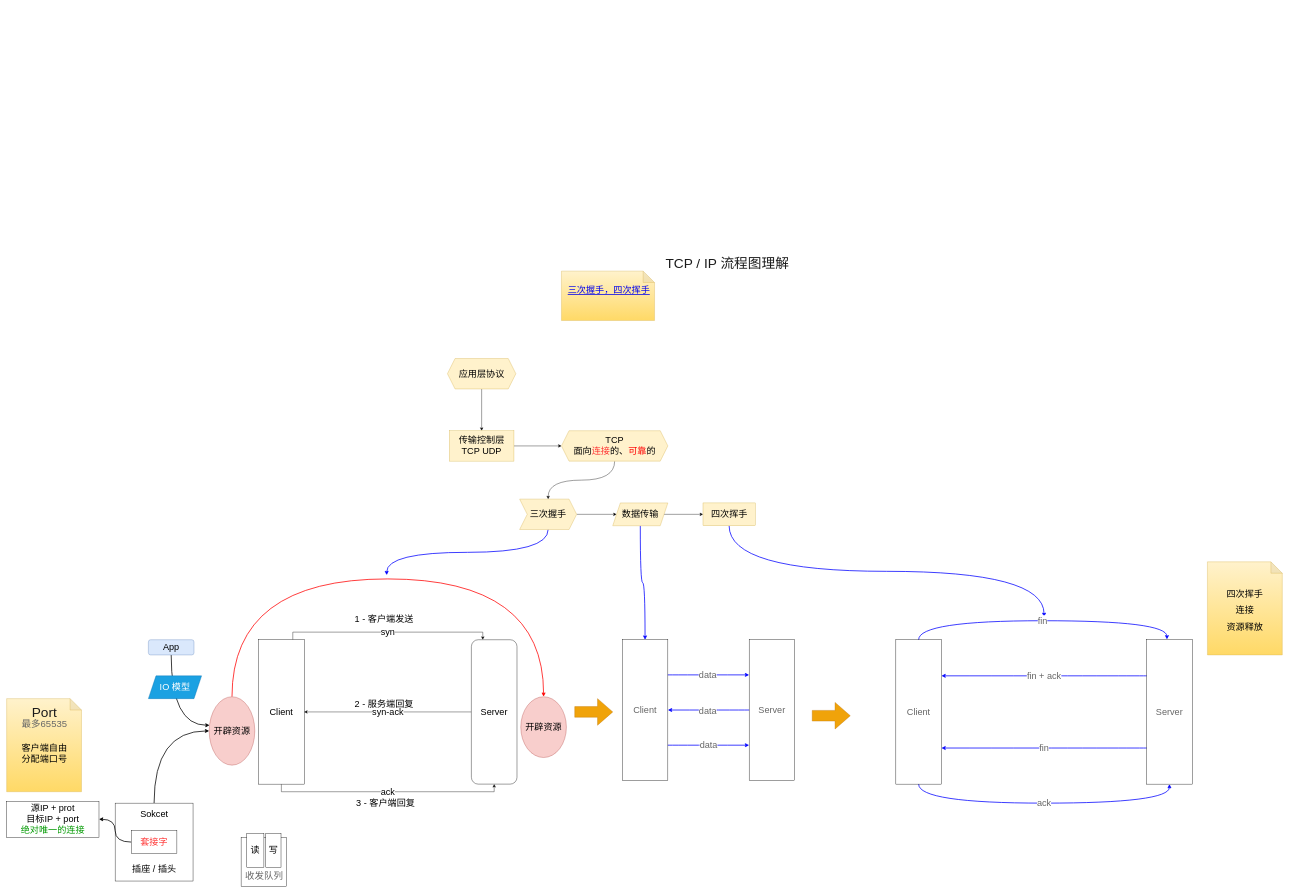
lynxlangya/diawio-folder keeps this draw.io diagram as 计算机网络/TPC、IP理解流程图.drawio. Above is the earlier version. Source tidied: cells renumbered, new cells numbered last; positions are measured from the earlier drawing's top-left corner, leaving out a move shared by most shapes. Both pictures are drawn from the tidied source at 38%, with x=0, y=0 at pixel (6, 258).
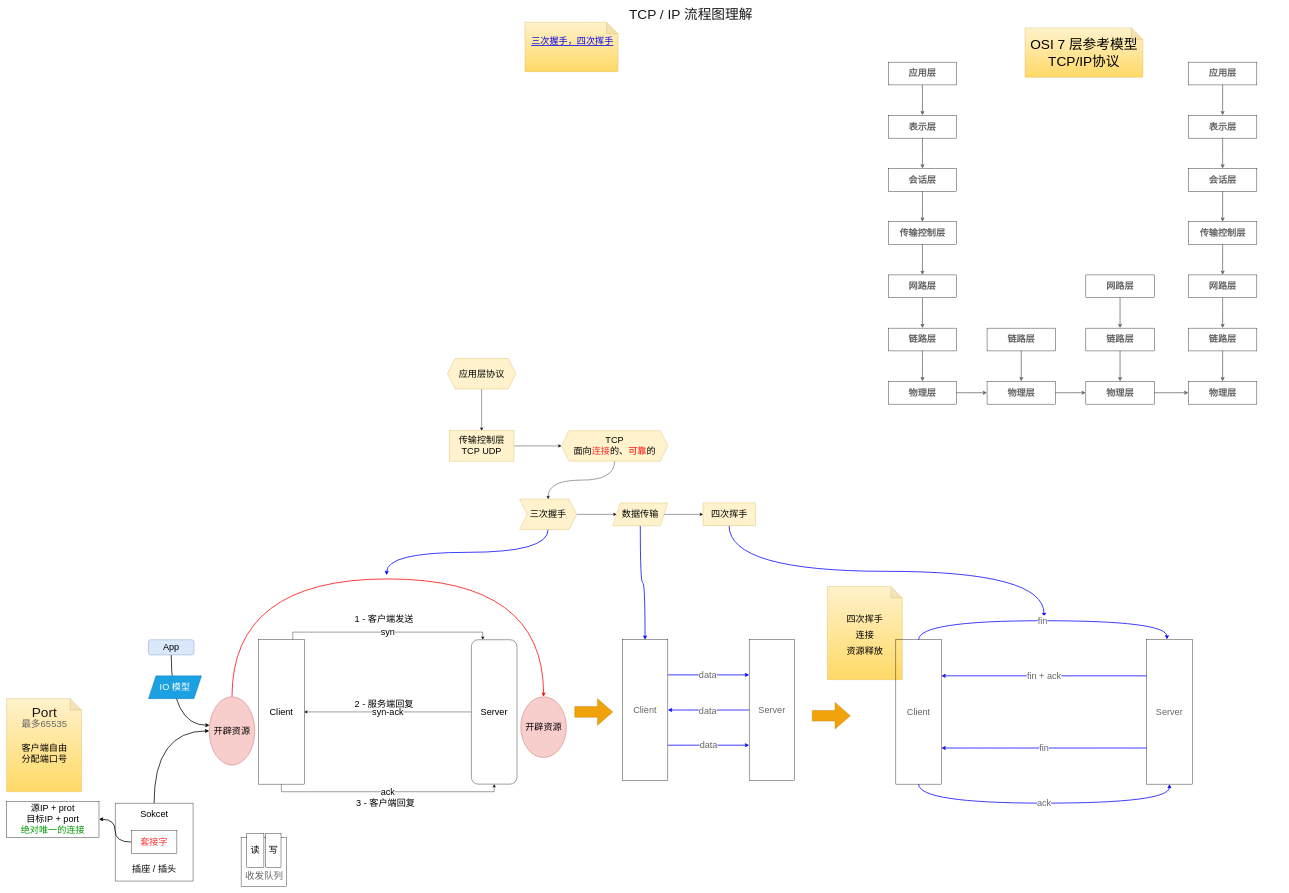
After the change.

Commit message:
更新TPC、IP理解流程图.drawio

What changed in the source:
```diff
@@
     <mxCell id="37" value="&lt;font color=&quot;#1a1a1a&quot; style=&quot;font-size: 36px&quot;&gt;TCP / IP 流程图理解&lt;/font&gt;" style="text;html=1;align=center;verticalAlign=middle;strokeColor=none;fillColor=none;fontColor=#009900;" parent="1" vertex="1">
-      <mxGeometry x="1726" width="340" height="30" as="geometry" />
+      <mxGeometry x="1630" y="-655" width="340" height="30" as="geometry" />
     </mxCell>
@@
     <mxCell id="46" value="&lt;font style=&quot;font-size: 24px&quot;&gt;四次挥手&lt;br&gt;连接&lt;br&gt;资源释放&lt;br&gt;&lt;/font&gt;" style="shape=note;whiteSpace=wrap;html=1;backgroundOutline=1;darkOpacity=0.05;fontSize=36;fillColor=#fff2cc;strokeColor=#d6b656;gradientColor=#ffd966;" parent="1" vertex="1">
-      <mxGeometry x="3160" y="800" width="197" height="245" as="geometry" />
+      <mxGeometry x="2160" y="865" width="197" height="245" as="geometry" />
     </mxCell>
@@
     <mxCell id="62" style="shape=note;whiteSpace=wrap;html=1;backgroundOutline=1;darkOpacity=0.05;fontSize=36;fillColor=#fff2cc;strokeColor=#d6b656;gradientColor=#ffd966;" parent="1" vertex="1">
-      <mxGeometry x="1460" y="35" width="245" height="130" as="geometry" />
+      <mxGeometry x="1364" y="-620" width="245" height="130" as="geometry" />
     </mxCell>
     <mxCell id="63" value="&lt;a href=&quot;https://zhuanlan.zhihu.com/p/53374516&quot;&gt;三次握手，四次挥手&lt;/a&gt;" style="text;whiteSpace=wrap;html=1;fontSize=24;fontColor=#666666;" parent="1" vertex="1">
-      <mxGeometry x="1475" y="65" width="230" height="50" as="geometry" />
+      <mxGeometry x="1379" y="-590" width="230" height="50" as="geometry" />
     </mxCell>
+    <mxCell id="64" style="edgeStyle=orthogonalEdgeStyle;curved=1;rounded=0;jettySize=auto;html=1;fontSize=24;fontColor=#666666;strokeColor=#666666;strokeWidth=2;" parent="1" edge="1" source="65" target="67">
+      <mxGeometry relative="1" as="geometry" />
+    </mxCell>
+    <mxCell id="65" value="&lt;b&gt;应用层&lt;/b&gt;" style="rounded=0;whiteSpace=wrap;html=1;shadow=0;sketch=0;fontSize=24;fontColor=#666666;fillColor=none;" parent="1" vertex="1">
+      <mxGeometry x="2320" y="-515" width="180" height="60" as="geometry" />
+    </mxCell>
+    <mxCell id="66" style="edgeStyle=orthogonalEdgeStyle;curved=1;rounded=0;jettySize=auto;html=1;fontSize=24;fontColor=#666666;strokeColor=#666666;strokeWidth=2;" parent="1" edge="1" source="67" target="69">
+      <mxGeometry relative="1" as="geometry" />
+    </mxCell>
+    <mxCell id="67" value="&lt;b&gt;表示层&lt;/b&gt;" style="rounded=0;whiteSpace=wrap;html=1;shadow=0;sketch=0;fontSize=24;fontColor=#666666;fillColor=none;" parent="1" vertex="1">
+      <mxGeometry x="2320" y="-375" width="180" height="60" as="geometry" />
+    </mxCell>
+    <mxCell id="68" style="edgeStyle=orthogonalEdgeStyle;curved=1;rounded=0;jettySize=auto;html=1;fontSize=24;fontColor=#666666;strokeColor=#666666;strokeWidth=2;" parent="1" edge="1" source="69" target="71">
+      <mxGeometry relative="1" as="geometry" />
+    </mxCell>
+    <mxCell id="69" value="&lt;b&gt;会话层&lt;/b&gt;" style="rounded=0;whiteSpace=wrap;html=1;shadow=0;sketch=0;fontSize=24;fontColor=#666666;fillColor=none;" parent="1" vertex="1">
+      <mxGeometry x="2320" y="-235" width="180" height="60" as="geometry" />
+    </mxCell>
+    <mxCell id="70" style="edgeStyle=orthogonalEdgeStyle;curved=1;rounded=0;jettySize=auto;html=1;fontSize=24;fontColor=#666666;strokeColor=#666666;strokeWidth=2;" parent="1" edge="1" source="71" target="73">
+      <mxGeometry relative="1" as="geometry" />
+    </mxCell>
+    <mxCell id="71" value="&lt;b&gt;传输控制层&lt;/b&gt;" style="rounded=0;whiteSpace=wrap;html=1;shadow=0;sketch=0;fontSize=24;fontColor=#666666;fillColor=none;" parent="1" vertex="1">
+      <mxGeometry x="2320" y="-95" width="180" height="60" as="geometry" />
+    </mxCell>
+    <mxCell id="72" style="edgeStyle=orthogonalEdgeStyle;curved=1;rounded=0;jettySize=auto;html=1;fontSize=24;fontColor=#666666;strokeColor=#666666;strokeWidth=2;" parent="1" edge="1" source="73" target="75">
+      <mxGeometry relative="1" as="geometry" />
+    </mxCell>
+    <mxCell id="73" value="&lt;b&gt;网路层&lt;/b&gt;" style="rounded=0;whiteSpace=wrap;html=1;shadow=0;sketch=0;fontSize=24;fontColor=#666666;fillColor=none;" parent="1" vertex="1">
+      <mxGeometry x="2320" y="45" width="180" height="60" as="geometry" />
+    </mxCell>
+    <mxCell id="74" style="edgeStyle=orthogonalEdgeStyle;curved=1;rounded=0;jettySize=auto;html=1;fontSize=24;fontColor=#666666;strokeColor=#666666;strokeWidth=2;" parent="1" edge="1" source="75" target="77">
+      <mxGeometry relative="1" as="geometry" />
+    </mxCell>
+    <mxCell id="75" value="&lt;b&gt;链路层&lt;/b&gt;" style="rounded=0;whiteSpace=wrap;html=1;shadow=0;sketch=0;fontSize=24;fontColor=#666666;fillColor=none;" parent="1" vertex="1">
+      <mxGeometry x="2320" y="185" width="180" height="60" as="geometry" />
+    </mxCell>
+    <mxCell id="76" style="edgeStyle=orthogonalEdgeStyle;curved=1;rounded=0;jettySize=auto;html=1;fontSize=24;fontColor=#666666;strokeColor=#666666;strokeWidth=2;" parent="1" edge="1" source="77" target="93">
+      <mxGeometry relative="1" as="geometry" />
+    </mxCell>
+    <mxCell id="77" value="&lt;b&gt;物理层&lt;/b&gt;" style="rounded=0;whiteSpace=wrap;html=1;shadow=0;sketch=0;fontSize=24;fontColor=#666666;fillColor=none;" parent="1" vertex="1">
+      <mxGeometry x="2320" y="325" width="180" height="60" as="geometry" />
+    </mxCell>
+    <mxCell id="78" style="edgeStyle=orthogonalEdgeStyle;curved=1;rounded=0;jettySize=auto;html=1;fontSize=24;fontColor=#666666;strokeColor=#666666;strokeWidth=2;" parent="1" edge="1" source="79" target="81">
+      <mxGeometry relative="1" as="geometry" />
+    </mxCell>
+    <mxCell id="79" value="&lt;b&gt;应用层&lt;/b&gt;" style="rounded=0;whiteSpace=wrap;html=1;shadow=0;sketch=0;fontSize=24;fontColor=#666666;fillColor=none;" parent="1" vertex="1">
+      <mxGeometry x="3110" y="-515" width="180" height="60" as="geometry" />
+    </mxCell>
+    <mxCell id="80" style="edgeStyle=orthogonalEdgeStyle;curved=1;rounded=0;jettySize=auto;html=1;fontSize=24;fontColor=#666666;strokeColor=#666666;strokeWidth=2;" parent="1" edge="1" source="81" target="83">
+      <mxGeometry relative="1" as="geometry" />
+    </mxCell>
+    <mxCell id="81" value="&lt;b&gt;表示层&lt;/b&gt;" style="rounded=0;whiteSpace=wrap;html=1;shadow=0;sketch=0;fontSize=24;fontColor=#666666;fillColor=none;" parent="1" vertex="1">
+      <mxGeometry x="3110" y="-375" width="180" height="60" as="geometry" />
+    </mxCell>
+    <mxCell id="82" style="edgeStyle=orthogonalEdgeStyle;curved=1;rounded=0;jettySize=auto;html=1;fontSize=24;fontColor=#666666;strokeColor=#666666;strokeWidth=2;" parent="1" edge="1" source="83" target="85">
+      <mxGeometry relative="1" as="geometry" />
+    </mxCell>
+    <mxCell id="83" value="&lt;b&gt;会话层&lt;/b&gt;" style="rounded=0;whiteSpace=wrap;html=1;shadow=0;sketch=0;fontSize=24;fontColor=#666666;fillColor=none;" parent="1" vertex="1">
+      <mxGeometry x="3110" y="-235" width="180" height="60" as="geometry" />
+    </mxCell>
+    <mxCell id="84" style="edgeStyle=orthogonalEdgeStyle;curved=1;rounded=0;jettySize=auto;html=1;fontSize=24;fontColor=#666666;strokeColor=#666666;strokeWidth=2;" parent="1" edge="1" source="85" target="87">
+      <mxGeometry relative="1" as="geometry" />
+    </mxCell>
+    <mxCell id="85" value="&lt;b&gt;传输控制层&lt;/b&gt;" style="rounded=0;whiteSpace=wrap;html=1;shadow=0;sketch=0;fontSize=24;fontColor=#666666;fillColor=none;" parent="1" vertex="1">
+      <mxGeometry x="3110" y="-95" width="180" height="60" as="geometry" />
+    </mxCell>
+    <mxCell id="86" style="edgeStyle=orthogonalEdgeStyle;curved=1;rounded=0;jettySize=auto;html=1;fontSize=24;fontColor=#666666;strokeColor=#666666;strokeWidth=2;" parent="1" edge="1" source="87" target="89">
+      <mxGeometry relative="1" as="geometry" />
+    </mxCell>
+    <mxCell id="87" value="&lt;b&gt;网路层&lt;/b&gt;" style="rounded=0;whiteSpace=wrap;html=1;shadow=0;sketch=0;fontSize=24;fontColor=#666666;fillColor=none;" parent="1" vertex="1">
+      <mxGeometry x="3110" y="45" width="180" height="60" as="geometry" />
+    </mxCell>
+    <mxCell id="88" style="edgeStyle=orthogonalEdgeStyle;curved=1;rounded=0;jettySize=auto;html=1;fontSize=24;fontColor=#666666;strokeColor=#666666;strokeWidth=2;" parent="1" edge="1" source="89" target="90">
+      <mxGeometry relative="1" as="geometry" />
+    </mxCell>
+    <mxCell id="89" value="&lt;b&gt;链路层&lt;/b&gt;" style="rounded=0;whiteSpace=wrap;html=1;shadow=0;sketch=0;fontSize=24;fontColor=#666666;fillColor=none;" parent="1" vertex="1">
+      <mxGeometry x="3110" y="185" width="180" height="60" as="geometry" />
+    </mxCell>
+    <mxCell id="90" value="&lt;b&gt;物理层&lt;/b&gt;" style="rounded=0;whiteSpace=wrap;html=1;shadow=0;sketch=0;fontSize=24;fontColor=#666666;fillColor=none;" parent="1" vertex="1">
+      <mxGeometry x="3110" y="325" width="180" height="60" as="geometry" />
+    </mxCell>
+    <mxCell id="91" value="OSI 7 层参考模型&lt;br&gt;TCP/IP协议" style="shape=note;whiteSpace=wrap;html=1;backgroundOutline=1;darkOpacity=0.05;fontSize=36;fillColor=#fff2cc;strokeColor=#d6b656;gradientColor=#ffd966;" parent="1" vertex="1">
+      <mxGeometry x="2680" y="-605" width="310" height="130" as="geometry" />
+    </mxCell>
+    <mxCell id="92" style="edgeStyle=orthogonalEdgeStyle;curved=1;rounded=0;jettySize=auto;html=1;fontSize=24;fontColor=#666666;strokeColor=#666666;strokeWidth=2;" parent="1" edge="1" source="93" target="95">
+      <mxGeometry relative="1" as="geometry" />
+    </mxCell>
+    <mxCell id="93" value="&lt;b&gt;物理层&lt;/b&gt;" style="rounded=0;whiteSpace=wrap;html=1;shadow=0;sketch=0;fontSize=24;fontColor=#666666;fillColor=none;" parent="1" vertex="1">
+      <mxGeometry x="2580" y="325" width="180" height="60" as="geometry" />
+    </mxCell>
+    <mxCell id="94" style="edgeStyle=orthogonalEdgeStyle;curved=1;rounded=0;jettySize=auto;html=1;fontSize=24;fontColor=#666666;strokeColor=#666666;strokeWidth=2;" parent="1" edge="1" source="95" target="90">
+      <mxGeometry relative="1" as="geometry" />
+    </mxCell>
+    <mxCell id="95" value="&lt;b&gt;物理层&lt;/b&gt;" style="rounded=0;whiteSpace=wrap;html=1;shadow=0;sketch=0;fontSize=24;fontColor=#666666;fillColor=none;" parent="1" vertex="1">
+      <mxGeometry x="2840" y="325" width="180" height="60" as="geometry" />
+    </mxCell>
+    <mxCell id="96" style="edgeStyle=orthogonalEdgeStyle;curved=1;rounded=0;jettySize=auto;html=1;fontSize=24;fontColor=#666666;strokeColor=#666666;strokeWidth=2;" parent="1" edge="1" source="97" target="93">
+      <mxGeometry relative="1" as="geometry" />
+    </mxCell>
+    <mxCell id="97" value="&lt;b&gt;链路层&lt;/b&gt;" style="rounded=0;whiteSpace=wrap;html=1;shadow=0;sketch=0;fontSize=24;fontColor=#666666;fillColor=none;" parent="1" vertex="1">
+      <mxGeometry x="2580" y="185" width="180" height="60" as="geometry" />
+    </mxCell>
+    <mxCell id="98" style="edgeStyle=orthogonalEdgeStyle;curved=1;rounded=0;jettySize=auto;html=1;fontSize=24;fontColor=#666666;strokeColor=#666666;strokeWidth=2;" parent="1" edge="1" source="99" target="101">
+      <mxGeometry relative="1" as="geometry" />
+    </mxCell>
+    <mxCell id="99" value="&lt;b&gt;网路层&lt;/b&gt;" style="rounded=0;whiteSpace=wrap;html=1;shadow=0;sketch=0;fontSize=24;fontColor=#666666;fillColor=none;" parent="1" vertex="1">
+      <mxGeometry x="2840" y="45" width="180" height="60" as="geometry" />
+    </mxCell>
+    <mxCell id="100" style="edgeStyle=orthogonalEdgeStyle;curved=1;rounded=0;jettySize=auto;html=1;fontSize=24;fontColor=#666666;strokeColor=#666666;strokeWidth=2;" parent="1" edge="1" source="101" target="95">
+      <mxGeometry relative="1" as="geometry" />
+    </mxCell>
+    <mxCell id="101" value="&lt;b&gt;链路层&lt;/b&gt;" style="rounded=0;whiteSpace=wrap;html=1;shadow=0;sketch=0;fontSize=24;fontColor=#666666;fillColor=none;" parent="1" vertex="1">
+      <mxGeometry x="2840" y="185" width="180" height="60" as="geometry" />
+    </mxCell>
```
